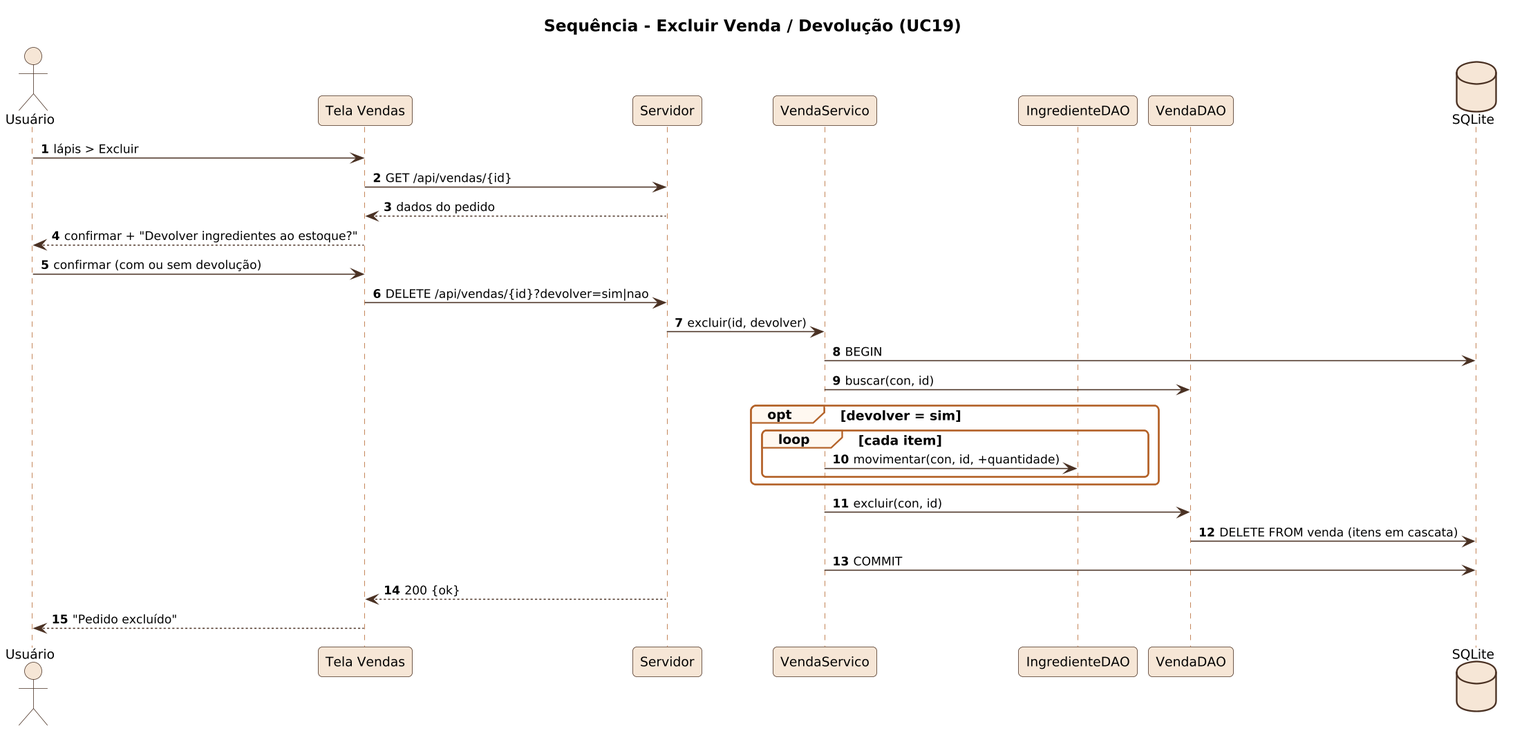
Earlier version of the PlantUML export docs/diagramas/png/S12_seq_excluir_venda.png (Hallff/ConfeitaSys). The source it was exported from:
```plantuml
@startuml
!include _seq.iuml
title Sequência - Excluir Venda / Devolução (UC19)
actor Usuário as U
participant "Tela Vendas" as T
participant Servidor as S
participant VendaServico as VS
participant IngredienteDAO as ID
participant VendaDAO as VD
database SQLite as DB
U -> T : lápis > Excluir
T -> S : GET /api/vendas/{id}
S --> T : dados do pedido
T --> U : confirmar + "Devolver ingredientes ao estoque?"
U -> T : confirmar (com ou sem devolução)
T -> S : DELETE /api/vendas/{id}?devolver=sim|nao
S -> VS : excluir(id, devolver)
VS -> DB : BEGIN
VS -> VD : buscar(con, id)
opt devolver = sim
  loop cada item
    VS -> ID : movimentar(con, id, +quantidade)
  end
end
VS -> VD : excluir(con, id)
VD -> DB : DELETE FROM venda (itens em cascata)
VS -> DB : COMMIT
S --> T : 200 {ok}
T --> U : "Pedido excluído"
@enduml
```
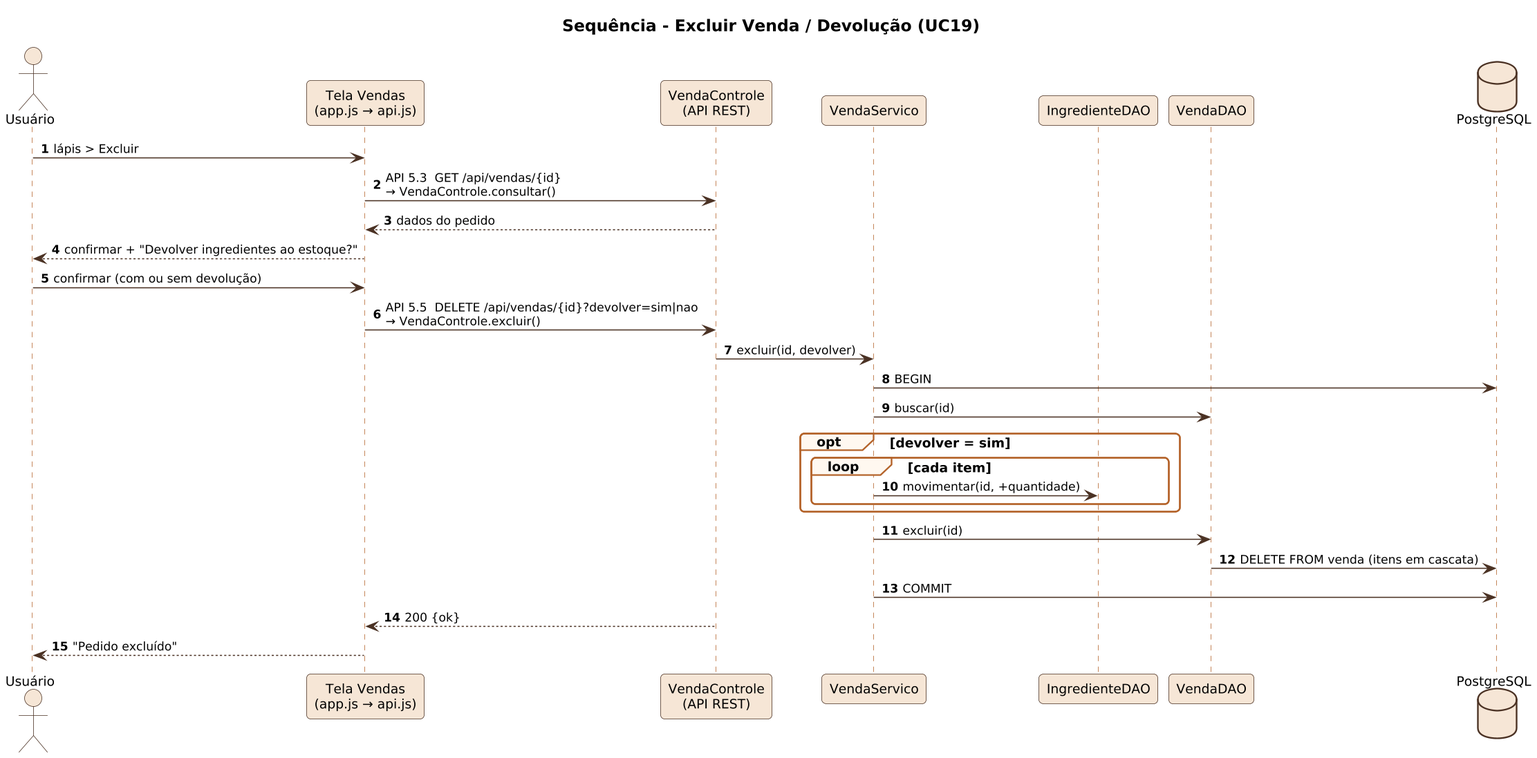
Above is the later version.

Diff of the diagram source:
```diff
@@ -2,27 +2,27 @@
 !include _seq.iuml
 title Sequência - Excluir Venda / Devolução (UC19)
 actor Usuário as U
-participant "Tela Vendas" as T
-participant Servidor as S
+participant "Tela Vendas\n(app.js → api.js)" as T
+participant "VendaControle\n(API REST)" as S
 participant VendaServico as VS
 participant IngredienteDAO as ID
 participant VendaDAO as VD
-database SQLite as DB
+database "PostgreSQL" as DB
 U -> T : lápis > Excluir
-T -> S : GET /api/vendas/{id}
+T -> S : API 5.3  GET /api/vendas/{id}\n→ VendaControle.consultar()
 S --> T : dados do pedido
 T --> U : confirmar + "Devolver ingredientes ao estoque?"
 U -> T : confirmar (com ou sem devolução)
-T -> S : DELETE /api/vendas/{id}?devolver=sim|nao
+T -> S : API 5.5  DELETE /api/vendas/{id}?devolver=sim|nao\n→ VendaControle.excluir()
 S -> VS : excluir(id, devolver)
 VS -> DB : BEGIN
-VS -> VD : buscar(con, id)
+VS -> VD : buscar(id)
 opt devolver = sim
   loop cada item
-    VS -> ID : movimentar(con, id, +quantidade)
+    VS -> ID : movimentar(id, +quantidade)
   end
 end
-VS -> VD : excluir(con, id)
+VS -> VD : excluir(id)
 VD -> DB : DELETE FROM venda (itens em cascata)
 VS -> DB : COMMIT
 S --> T : 200 {ok}
```
